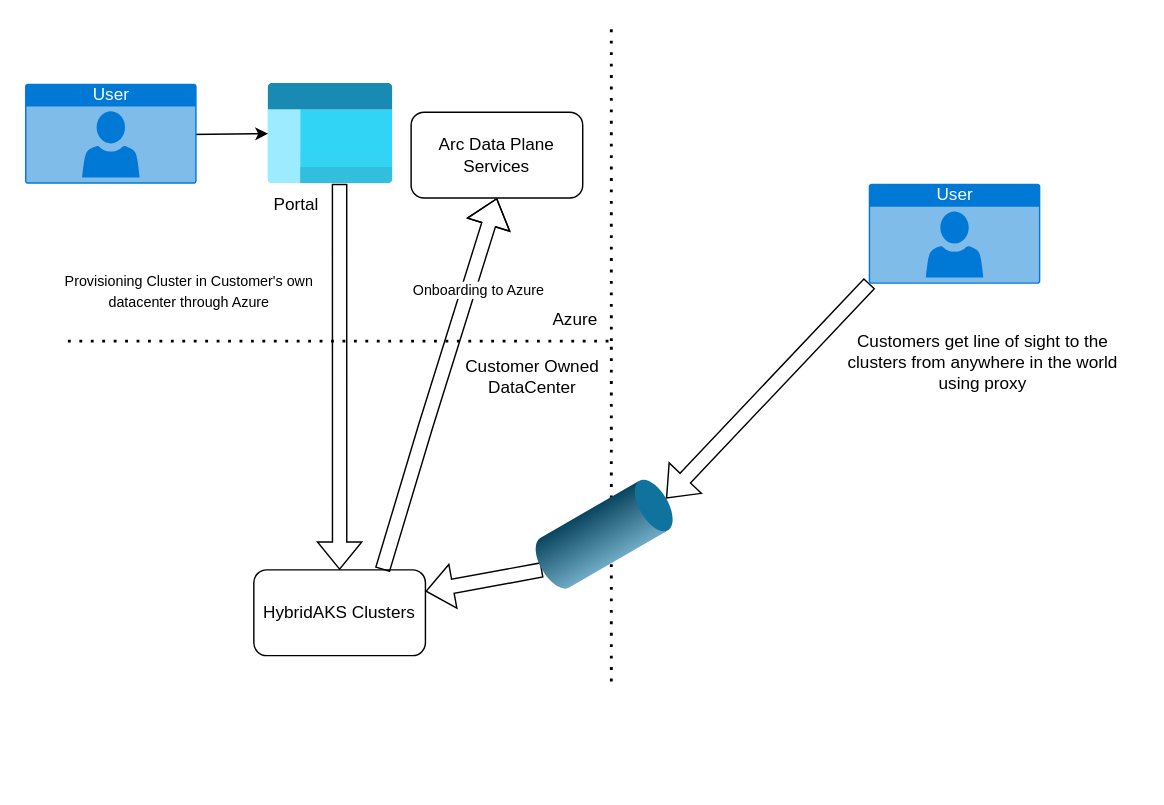
The draw.io diagram ArcOnboardingPrpvisionedClusters.drawio in khandelwalbrijesh/RetentionScript, before the edit. Source tidied: cells renumbered, new cells numbered last; positions are measured from the earlier drawing's top-left corner, leaving out a move shared by most shapes. Both pictures are drawn from the tidied source at 143%, with x=0, y=0 at pixel (24, 26). Pictures stored in the file or linked from it are replaced by grey dashed boxes.
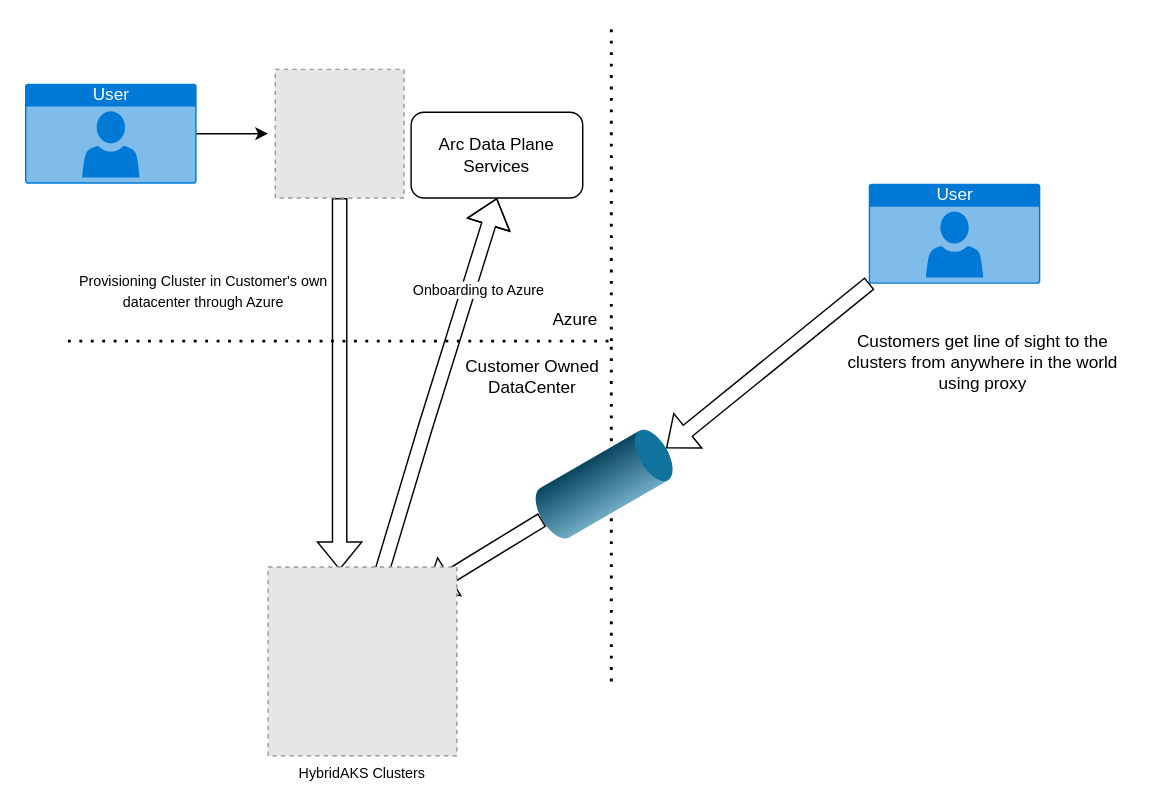
Above is the later version.

The edit, as a diff of the source:
```diff
@@
-    <mxCell id="2" value="HybridAKS Clusters" style="rounded=1;whiteSpace=wrap;html=1;" parent="1" vertex="1">
-      <mxGeometry x="160" y="380" width="120" height="60" as="geometry" />
-    </mxCell>
@@
-    <mxCell id="4" style="html=1;points=[];align=center;image;fontSize=12;image=img/lib/azure2/general/Management_Portal.svg;" parent="1" vertex="1">
-      <mxGeometry x="170" y="40" width="87.5" height="70" as="geometry" />
-    </mxCell>
-    <mxCell id="5" style="edgeStyle=orthogonalEdgeStyle;rounded=0;jettySize=auto;html=1;" parent="1" edge="1" target="4">
+    <mxCell id="5" style="edgeStyle=orthogonalEdgeStyle;rounded=0;orthogonalLoop=1;jettySize=auto;html=1;" parent="1" edge="1">
       <mxGeometry relative="1" as="geometry">
         <mxPoint x="57.5" y="75" as="sourcePoint" />
+        <mxPoint x="170" y="75" as="targetPoint" />
       </mxGeometry>
     </mxCell>
-    <mxCell id="6" style="shape=flexArrow;endArrow=classic;html=1;rounded=0;entryX=0.5;entryY=0;entryDx=0;entryDy=0;exitX=0.571;exitY=1;exitDx=0;exitDy=0;exitPerimeter=0;" parent="1" edge="1" source="4" target="2">
-      <mxGeometry relative="1" as="geometry" />
+    <mxCell id="6" style="shape=flexArrow;endArrow=classic;html=1;rounded=0;entryX=0.5;entryY=0;entryDx=0;entryDy=0;exitX=0.5;exitY=1;exitDx=0;exitDy=0;" parent="1" edge="1" source="21">
+      <mxGeometry relative="1" as="geometry">
+        <mxPoint x="220" y="380" as="targetPoint" />
+      </mxGeometry>
     </mxCell>
     <mxCell id="7" value="&lt;font style=&quot;font-size: 10px&quot;&gt;Provisioning Cluster in Customer's own datacenter through Azure&lt;/font&gt;" style="text;html=1;strokeColor=none;fillColor=none;align=center;verticalAlign=middle;whiteSpace=wrap;rounded=0;" parent="1" vertex="1">
-      <mxGeometry x="10" y="170" width="210" height="30" as="geometry" />
+      <mxGeometry x="20" y="170" width="210" height="30" as="geometry" />
     </mxCell>
-    <mxCell id="8" value="Portal" style="text;html=1;strokeColor=none;fillColor=none;align=center;verticalAlign=middle;whiteSpace=wrap;rounded=0;" parent="1" vertex="1">
-      <mxGeometry x="140" y="110" width="100" height="30" as="geometry" />
-    </mxCell>
@@
-    <mxCell id="10" style="shape=flexArrow;endArrow=classic;html=1;rounded=0;entryX=1;entryY=0.25;entryDx=0;entryDy=0;exitX=0.5;exitY=1;exitDx=0;exitDy=0;exitPerimeter=0;" parent="1" edge="1" source="14" target="2">
-      <mxGeometry relative="1" as="geometry" />
+    <mxCell id="10" style="shape=flexArrow;endArrow=classic;html=1;rounded=0;entryX=1;entryY=0.25;entryDx=0;entryDy=0;exitX=0.5;exitY=1;exitDx=0;exitDy=0;exitPerimeter=0;" parent="1" edge="1" source="14">
+      <mxGeometry relative="1" as="geometry">
+        <mxPoint x="280" y="395" as="targetPoint" />
+      </mxGeometry>
     </mxCell>
@@
     <mxCell id="14" style="verticalLabelPosition=bottom;verticalAlign=top;html=1;shape=mxgraph.infographic.cylinder;fillColor=#10739E;strokeColor=none;rotation=60;" parent="1" vertex="1">
-      <mxGeometry x="385" y="305" width="40" height="100" as="geometry" />
+      <mxGeometry x="385" y="270" width="40" height="100" as="geometry" />
     </mxCell>
@@
-    <mxCell id="18" style="shape=flexArrow;endArrow=classic;html=1;rounded=0;exitX=0.75;exitY=0;exitDx=0;exitDy=0;" parent="1" edge="1" source="2">
+    <mxCell id="18" style="shape=flexArrow;endArrow=classic;html=1;rounded=0;exitX=0.75;exitY=0;exitDx=0;exitDy=0;" parent="1" edge="1">
       <mxGeometry relative="1" as="geometry">
+        <mxPoint x="250" y="380" as="sourcePoint" />
         <mxPoint x="330" y="120" as="targetPoint" />
         <Array as="points">
           <mxPoint x="280" y="280" />
         </Array>
       </mxGeometry>
     </mxCell>
@@
+    <mxCell id="21" style="fillColor=#E6E6E6;strokeColor=#999999;dashed=1;verticalLabelPosition=bottom;verticalAlign=top;fontSize=10;" parent="1" vertex="1">
+      <mxGeometry x="175" y="30" width="90" height="90" as="geometry" />
+    </mxCell>
+    <mxCell id="2" value="HybridAKS Clusters" style="fillColor=#E6E6E6;strokeColor=#999999;dashed=1;verticalLabelPosition=bottom;verticalAlign=top;fontSize=10;" parent="1" vertex="1">
+      <mxGeometry x="170" y="378" width="132" height="132" as="geometry" />
+    </mxCell>
```
